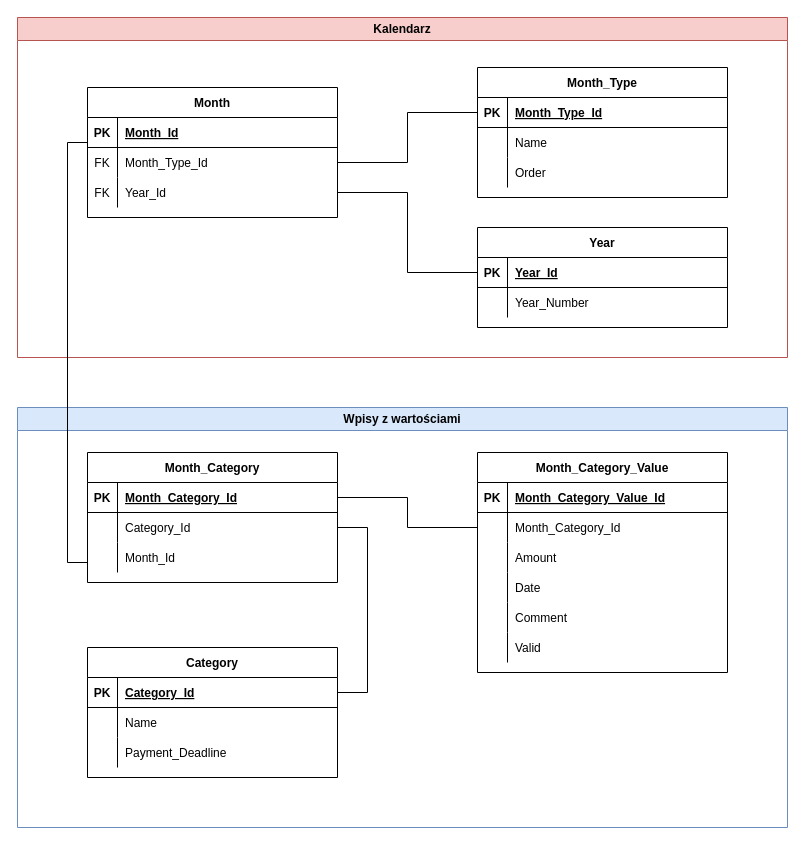
The draw.io diagram my_finances/my_finances_db_schema.drawio in lacoste125/draws_io, before the edit. Source tidied: cells renumbered, new cells numbered last; positions are measured from the earlier drawing's top-left corner, leaving out a move shared by most shapes. Both pictures are drawn from the tidied source at 100%, with x=0, y=0 at pixel (17, 17).
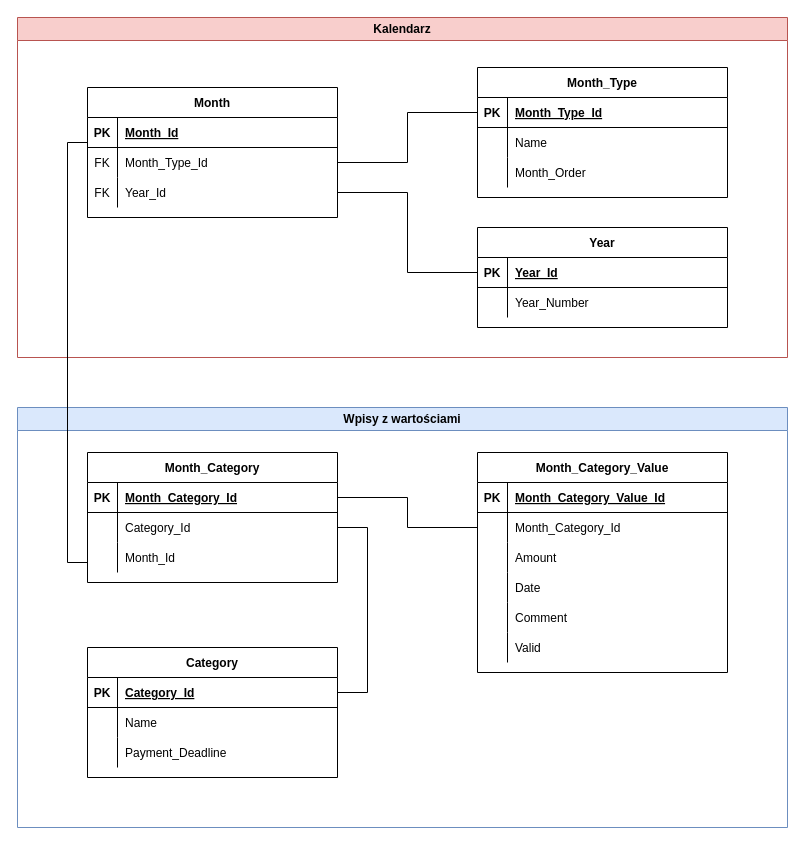
Above is the later version.

Commit message:
MYSZ-14: month_type kolumn name changed

The change refers to these unchanged cells:
```xml
<mxCell id="28" style="shape=partialRectangle;fillColor=none;top=0;left=0;right=0;bottom=0;" parent="21" vertex="1">
  <mxGeometry y="90" width="250" height="30" as="geometry" />
</mxCell>
```

The edit, as a diff of the source:
```diff
@@
-    <mxCell id="30" value="Order" style="shape=partialRectangle;overflow=hidden;fillColor=none;top=0;left=0;bottom=0;right=0;align=left;spacingLeft=6;" parent="28" vertex="1">
+    <mxCell id="30" value="Month_Order" style="shape=partialRectangle;overflow=hidden;fillColor=none;top=0;left=0;bottom=0;right=0;align=left;spacingLeft=6;" parent="28" vertex="1">
       <mxGeometry x="30" width="220" height="30" as="geometry" />
     </mxCell>
```
